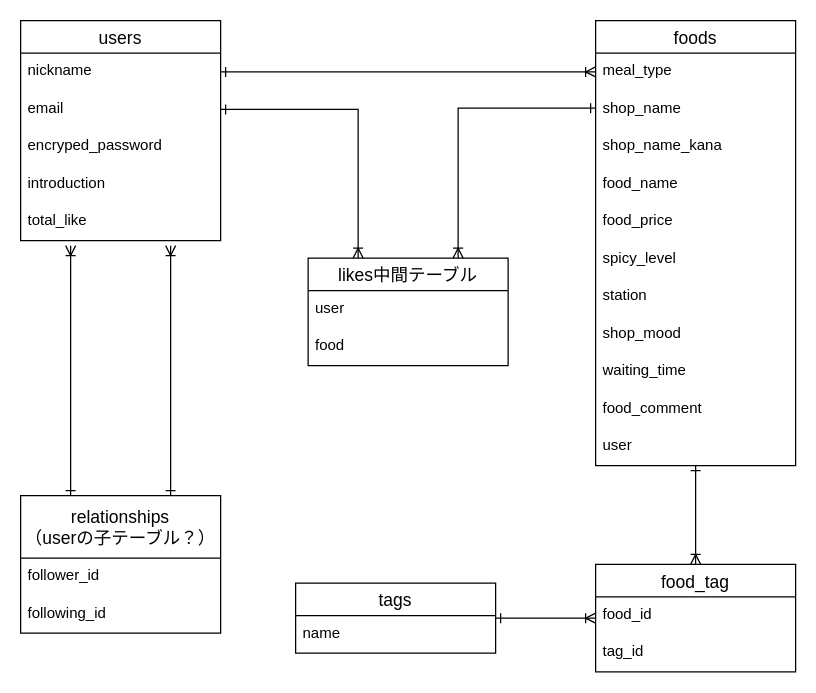
The draw.io diagram karai.dio in mkato1013/karai2, before the edit. Source tidied: cells renumbered, new cells numbered last; positions are measured from the earlier drawing's top-left corner, leaving out a move shared by most shapes. Both pictures are drawn from the tidied source at 125%, with x=0, y=0 at pixel (20, 20).
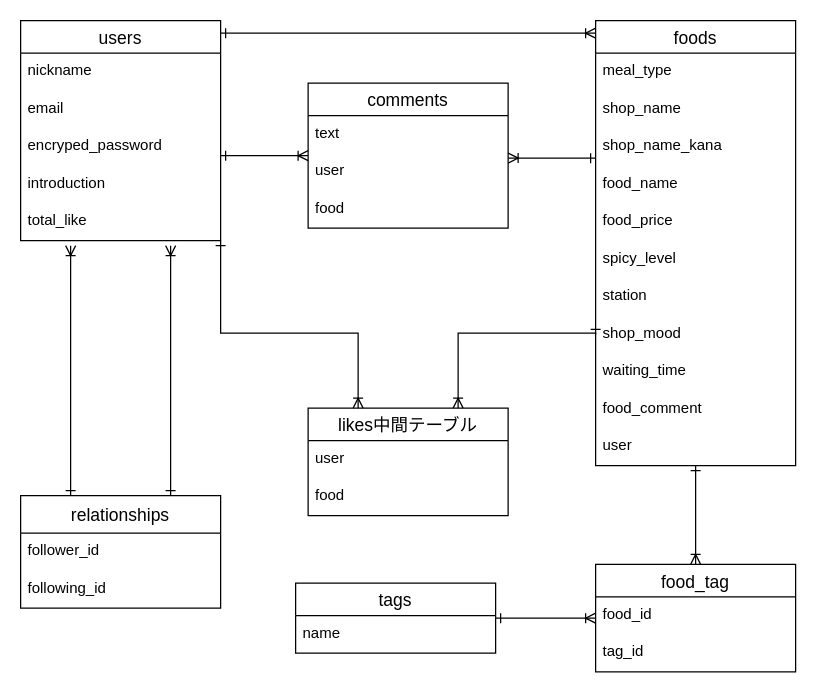
Above is the later version.

The change refers to these unchanged cells:
```xml
<mxCell id="2" value="users" style="swimlane;fontStyle=0;horizontal=1;startSize=26;align=center;fontSize=14;" parent="1" vertex="1">
  <mxGeometry width="160" height="176" as="geometry" />
</mxCell>
<mxCell id="3" value="nickname" style="text;strokeColor=none;fillColor=none;spacingLeft=4;spacingRight=4;overflow=hidden;points=[[0,0.5],[1,0.5]];portConstraint=eastwest;fontSize=12;" parent="2" vertex="1">
  <mxGeometry y="26" width="160" height="30" as="geometry" />
</mxCell>
<mxCell id="27" value="shop_mood" style="text;strokeColor=none;fillColor=none;spacingLeft=4;spacingRight=4;overflow=hidden;points=[[0,0.5],[1,0.5]];portConstraint=eastwest;fontSize=12;" parent="19" vertex="1">
  <mxGeometry y="236" width="160" height="30" as="geometry" />
</mxCell>
```

Diff of the diagram source:
```diff
@@
     <mxCell id="8" value="likes中間テーブル" style="swimlane;fontStyle=0;horizontal=1;startSize=26;align=center;fontSize=14;" parent="1" vertex="1">
-      <mxGeometry x="230" y="190" width="160" height="86" as="geometry" />
+      <mxGeometry x="230" y="310" width="160" height="86" as="geometry" />
     </mxCell>
@@
-    <mxCell id="16" value="relationships&#10;（userの子テーブル？）" style="swimlane;fontStyle=0;horizontal=1;startSize=50;align=center;fontSize=14;" parent="1" vertex="1">
-      <mxGeometry y="380" width="160" height="110" as="geometry" />
+    <mxCell id="16" value="relationships" style="swimlane;fontStyle=0;horizontal=1;startSize=30;align=center;fontSize=14;" parent="1" vertex="1">
+      <mxGeometry y="380" width="160" height="90" as="geometry" />
     </mxCell>
     <mxCell id="17" value="follower_id" style="text;strokeColor=none;fillColor=none;spacingLeft=4;spacingRight=4;overflow=hidden;fontSize=12;" parent="16" vertex="1">
-      <mxGeometry y="50" width="160" height="30" as="geometry" />
+      <mxGeometry y="30" width="160" height="30" as="geometry" />
     </mxCell>
     <mxCell id="18" value="following_id" style="text;strokeColor=none;fillColor=none;spacingLeft=4;spacingRight=4;overflow=hidden;fontSize=12;" parent="16" vertex="1">
-      <mxGeometry y="80" width="160" height="30" as="geometry" />
+      <mxGeometry y="60" width="160" height="30" as="geometry" />
     </mxCell>
@@
     <mxCell id="34" style="edgeStyle=orthogonalEdgeStyle;rounded=0;jettySize=auto;html=1;entryX=0.25;entryY=0;entryDx=0;entryDy=0;targetPerimeterSpacing=0;sketch=0;endArrow=ERoneToMany;endFill=0;startArrow=ERone;startFill=0;" parent="1" edge="1" source="2" target="8">
       <mxGeometry relative="1" as="geometry">
         <Array as="points">
-          <mxPoint x="270" y="71" />
+          <mxPoint x="160" y="250" />
+          <mxPoint x="270" y="250" />
         </Array>
       </mxGeometry>
     </mxCell>
-    <mxCell id="35" style="edgeStyle=orthogonalEdgeStyle;rounded=0;sketch=0;jettySize=auto;html=1;exitX=1;exitY=0.5;exitDx=0;exitDy=0;entryX=0;entryY=0.5;entryDx=0;entryDy=0;startArrow=ERone;startFill=0;endArrow=ERoneToMany;endFill=0;targetPerimeterSpacing=0;" parent="1" edge="1" source="3">
+    <mxCell id="35" style="edgeStyle=orthogonalEdgeStyle;rounded=0;sketch=0;orthogonalLoop=1;jettySize=auto;html=1;startArrow=ERone;startFill=0;endArrow=ERoneToMany;endFill=0;targetPerimeterSpacing=0;" parent="1" edge="1">
       <mxGeometry relative="1" as="geometry">
-        <mxPoint x="460" y="41" as="targetPoint" />
+        <mxPoint x="160" y="10" as="sourcePoint" />
+        <mxPoint x="460" y="10" as="targetPoint" />
+        <Array as="points">
+          <mxPoint x="160" y="10" />
+          <mxPoint x="460" y="10" />
+        </Array>
       </mxGeometry>
     </mxCell>
-    <mxCell id="36" style="edgeStyle=orthogonalEdgeStyle;rounded=0;sketch=0;jettySize=auto;html=1;entryX=0.75;entryY=0;entryDx=0;entryDy=0;startArrow=ERone;startFill=0;endArrow=ERoneToMany;endFill=0;targetPerimeterSpacing=0;" parent="1" edge="1" target="8">
+    <mxCell id="36" style="edgeStyle=orthogonalEdgeStyle;rounded=0;sketch=0;jettySize=auto;html=1;entryX=0.75;entryY=0;entryDx=0;entryDy=0;startArrow=ERone;startFill=0;endArrow=ERoneToMany;endFill=0;targetPerimeterSpacing=0;exitX=0;exitY=0.5;exitDx=0;exitDy=0;" parent="1" edge="1" source="27" target="8">
       <mxGeometry relative="1" as="geometry">
-        <mxPoint x="460" y="70" as="sourcePoint" />
         <Array as="points">
-          <mxPoint x="460" y="70" />
-          <mxPoint x="350" y="70" />
+          <mxPoint x="350" y="250" />
         </Array>
       </mxGeometry>
     </mxCell>
@@
+    <mxCell id="38" value="comments" style="swimlane;fontStyle=0;horizontal=1;startSize=26;align=center;fontSize=14;" parent="1" vertex="1">
+      <mxGeometry x="230" y="50" width="160" height="116" as="geometry" />
+    </mxCell>
+    <mxCell id="39" value="text" style="text;strokeColor=none;fillColor=none;spacingLeft=4;spacingRight=4;overflow=hidden;fontSize=12;" parent="38" vertex="1">
+      <mxGeometry y="26" width="160" height="30" as="geometry" />
+    </mxCell>
+    <mxCell id="40" value="user" style="text;strokeColor=none;fillColor=none;spacingLeft=4;spacingRight=4;overflow=hidden;points=[[0,0.5],[1,0.5]];portConstraint=eastwest;fontSize=12;" parent="38" vertex="1">
+      <mxGeometry y="56" width="160" height="30" as="geometry" />
+    </mxCell>
+    <mxCell id="41" value="food" style="text;strokeColor=none;fillColor=none;spacingLeft=4;spacingRight=4;overflow=hidden;fontSize=12;" parent="38" vertex="1">
+      <mxGeometry y="86" width="160" height="30" as="geometry" />
+    </mxCell>
+    <mxCell id="42" style="edgeStyle=orthogonalEdgeStyle;rounded=0;sketch=0;jettySize=auto;html=1;startArrow=ERone;startFill=0;endArrow=ERoneToMany;endFill=0;targetPerimeterSpacing=0;entryX=1;entryY=0.133;entryDx=0;entryDy=0;entryPerimeter=0;" parent="1" edge="1" target="40">
+      <mxGeometry relative="1" as="geometry">
+        <mxPoint x="460" y="110" as="sourcePoint" />
+        <Array as="points">
+          <mxPoint x="460" y="110" />
+        </Array>
+      </mxGeometry>
+    </mxCell>
+    <mxCell id="43" style="edgeStyle=orthogonalEdgeStyle;rounded=0;sketch=0;jettySize=auto;html=1;startArrow=ERone;startFill=0;endArrow=ERoneToMany;endFill=0;targetPerimeterSpacing=0;" parent="1" edge="1" source="2" target="38">
+      <mxGeometry relative="1" as="geometry">
+        <Array as="points">
+          <mxPoint x="180" y="108" />
+          <mxPoint x="180" y="108" />
+        </Array>
+      </mxGeometry>
+    </mxCell>
```
